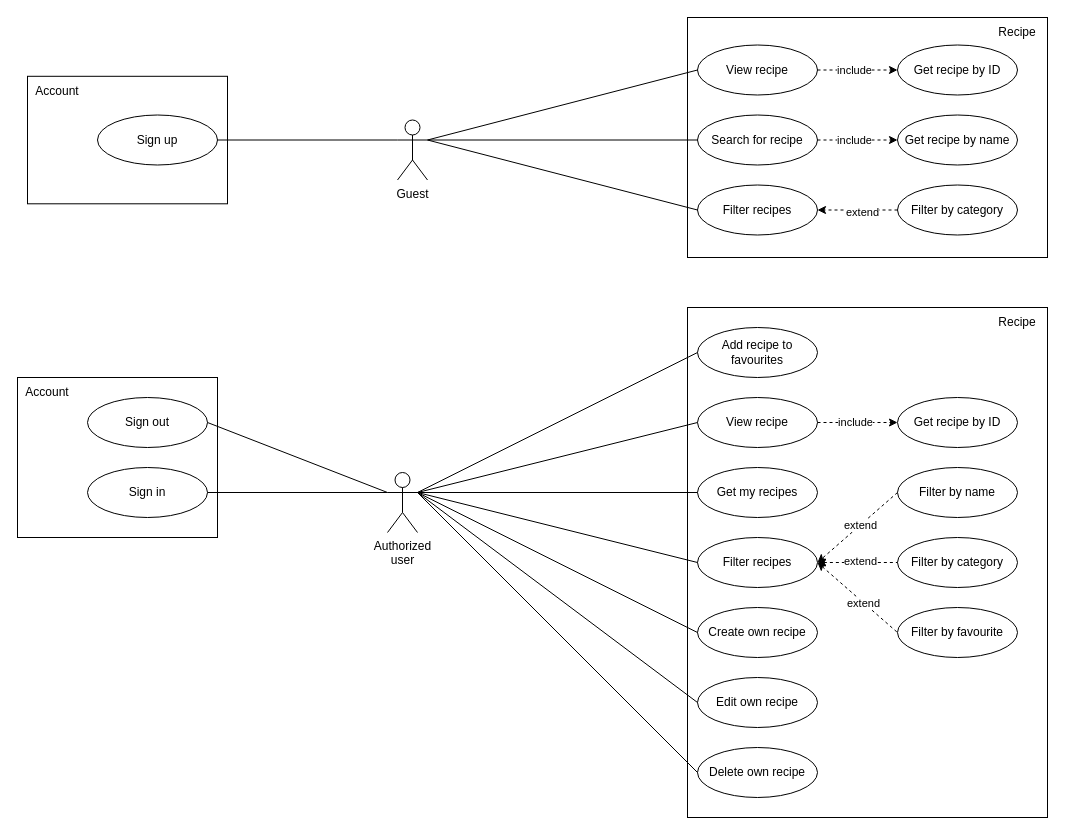
This is Diagrams/Диаграмма использования.drawio from bakiLin/AndroidStudioProjects, a draw.io file, before an edit. Source tidied: cells renumbered, new cells numbered last; positions are measured from the earlier drawing's top-left corner, leaving out a move shared by most shapes. Both pictures are drawn from the tidied source at 100%, with x=0, y=0 at pixel (17, 17).
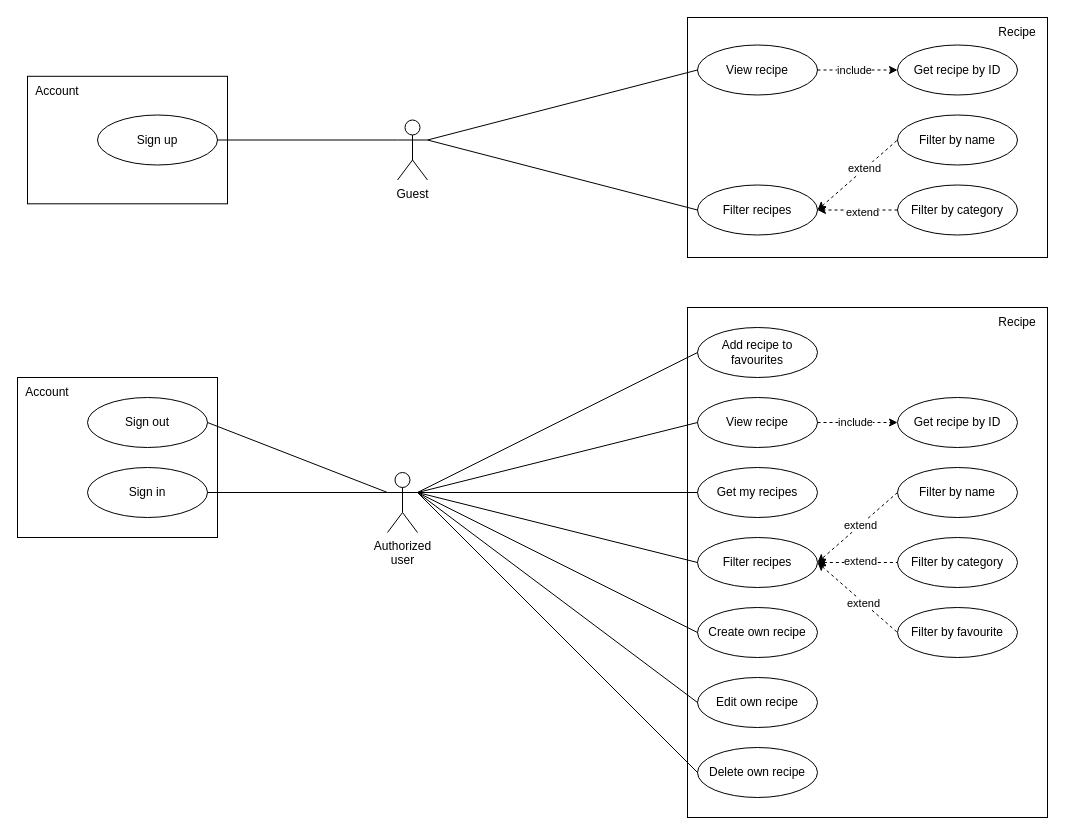
The same diagram, later.

The change refers to these unchanged cells:
```xml
<mxCell id="7" value="Guest" style="shape=umlActor;verticalLabelPosition=bottom;verticalAlign=top;html=1;outlineConnect=0;" parent="1" vertex="1">
  <mxGeometry x="380" y="102.5" width="30" height="60" as="geometry" />
</mxCell>
<mxCell id="11" value="Filter recipes" style="ellipse;whiteSpace=wrap;html=1;" parent="1" vertex="1">
  <mxGeometry x="680" y="167.5" width="120" height="50" as="geometry" />
</mxCell>
```

What changed in the source:
```diff
@@
-    <mxCell id="10" value="Search for recipe" style="ellipse;whiteSpace=wrap;html=1;" parent="1" vertex="1">
-      <mxGeometry x="680" y="97.5" width="120" height="50" as="geometry" />
-    </mxCell>
@@
-    <mxCell id="16" style="endArrow=none;html=1;rounded=0;exitX=1;exitY=0.3333333333333333;exitDx=0;exitDy=0;exitPerimeter=0;entryX=0;entryY=0.5;entryDx=0;entryDy=0;" parent="1" edge="1" source="7" target="10">
-      <mxGeometry relative="1" as="geometry" />
-    </mxCell>
@@
-    <mxCell id="45" value="Get recipe by name" style="ellipse;whiteSpace=wrap;html=1;" parent="1" vertex="1">
+    <mxCell id="45" value="Filter by name" style="ellipse;whiteSpace=wrap;html=1;" parent="1" vertex="1">
       <mxGeometry x="880" y="97.5" width="120" height="50" as="geometry" />
     </mxCell>
-    <mxCell id="46" style="endArrow=classic;dashed=1;html=1;rounded=0;exitX=1;exitY=0.5;exitDx=0;exitDy=0;entryX=0;entryY=0.5;entryDx=0;entryDy=0;endFill=1;" parent="1" edge="1" source="10" target="45">
-      <mxGeometry relative="1" as="geometry" />
-    </mxCell>
-    <mxCell id="47" value="include" style="edgeLabel;html=1;align=center;verticalAlign=middle;" parent="46" vertex="1">
-      <mxGeometry x="-0.1" relative="1" as="geometry" />
-    </mxCell>
@@
+    <mxCell id="59" style="endArrow=none;dashed=1;html=1;rounded=0;exitX=1;exitY=0.5;exitDx=0;exitDy=0;entryX=0;entryY=0.5;entryDx=0;entryDy=0;startArrow=classic;startFill=1;" parent="1" edge="1" source="11" target="45">
+      <mxGeometry relative="1" as="geometry" />
+    </mxCell>
+    <mxCell id="60" value="extend" style="edgeLabel;html=1;align=center;verticalAlign=middle;" parent="59" vertex="1">
+      <mxGeometry x="0.18" y="1" relative="1" as="geometry" />
+    </mxCell>
```
